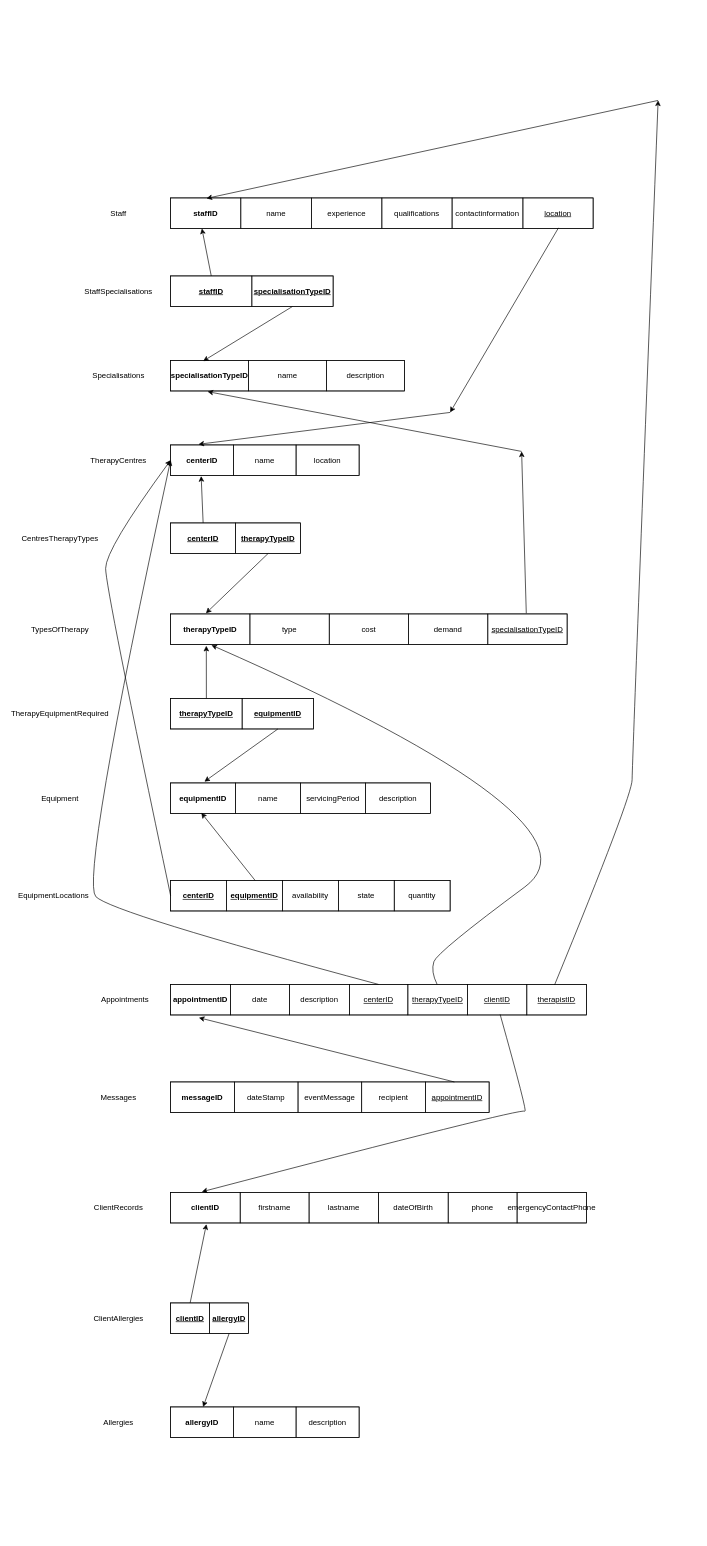
The draw.io diagram RelationalSchemaASS3a.drawio in GreenFella/databaseclass, before the edit. Source tidied: cells renumbered, new cells numbered last; positions are measured from the earlier drawing's top-left corner, leaving out a move shared by most shapes. Both pictures are drawn from the tidied source at 65%, with x=0, y=0 at pixel (34, 100).
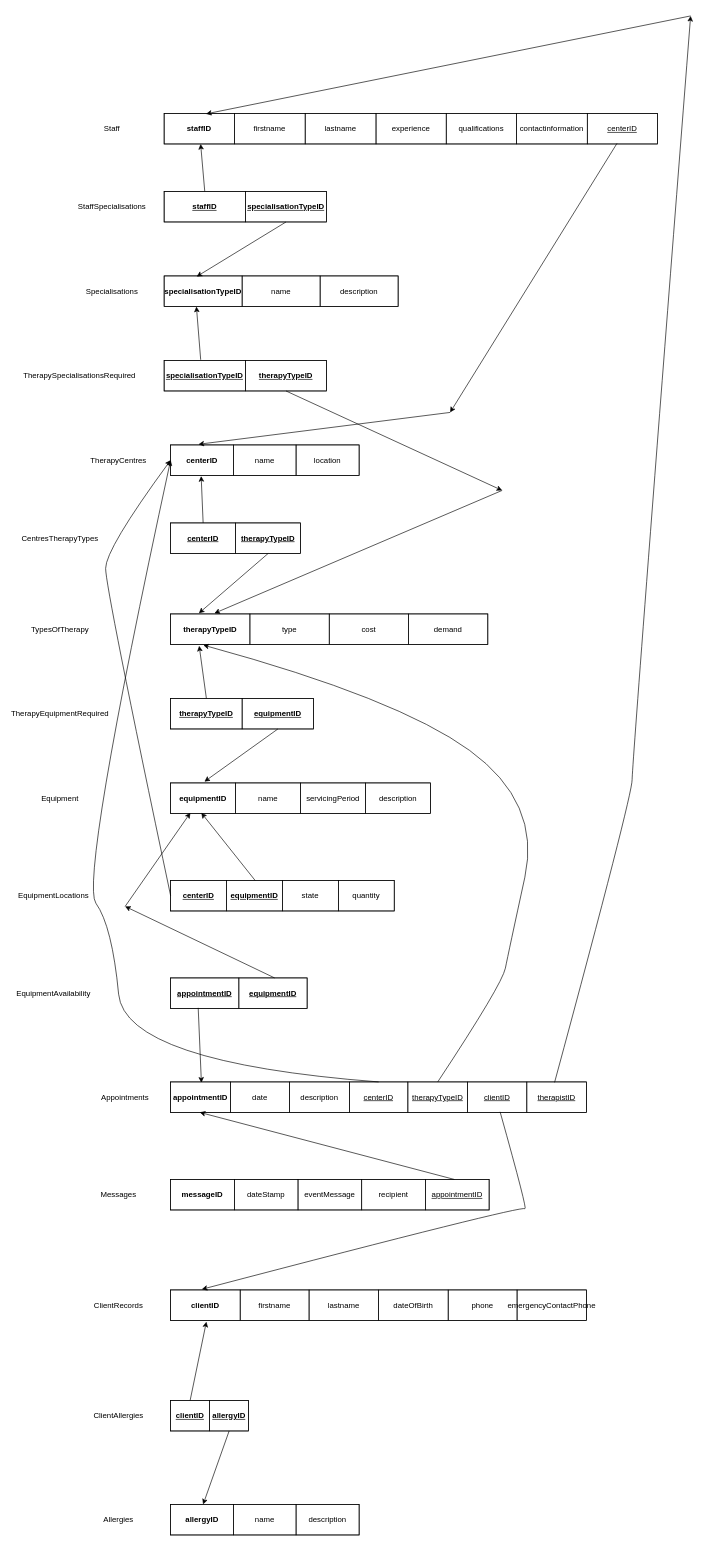
Above is the later version.

Unchanged cells that the change refers to:
```xml
<mxCell id="15" style="shape=tableRow;horizontal=0;startSize=0;swimlaneHead=0;swimlaneBody=0;top=0;left=0;bottom=0;right=0;fontStyle=0;fillColor=none;strokeColor=inherit;" parent="14" vertex="1">
  <mxGeometry width="360" height="47" as="geometry" />
</mxCell>
<mxCell id="20" style="shape=tableRow;horizontal=0;startSize=0;swimlaneHead=0;swimlaneBody=0;top=0;left=0;bottom=0;right=0;fontStyle=0;fillColor=none;strokeColor=inherit;" parent="19" vertex="1">
  <mxGeometry width="290" height="47" as="geometry" />
</mxCell>
<mxCell id="45" style="shape=tableRow;horizontal=0;startSize=0;swimlaneHead=0;swimlaneBody=0;top=0;left=0;bottom=0;right=0;fontStyle=0;fillColor=none;strokeColor=inherit;" parent="44" vertex="1">
  <mxGeometry width="120" height="47" as="geometry" />
</mxCell>
<mxCell id="49" style="shape=tableRow;horizontal=0;startSize=0;swimlaneHead=0;swimlaneBody=0;top=0;left=0;bottom=0;right=0;fontStyle=0;fillColor=none;strokeColor=inherit;" parent="48" vertex="1">
  <mxGeometry width="400" height="47" as="geometry" />
</mxCell>
<mxCell id="62" style="shape=tableRow;horizontal=0;startSize=0;swimlaneHead=0;swimlaneBody=0;top=0;left=0;bottom=0;right=0;fontStyle=0;fillColor=none;strokeColor=inherit;" parent="61" vertex="1">
  <mxGeometry width="640" height="47" as="geometry" />
</mxCell>
<mxCell id="71" style="shape=tableRow;horizontal=0;startSize=0;swimlaneHead=0;swimlaneBody=0;top=0;left=0;bottom=0;right=0;fontStyle=0;fillColor=none;strokeColor=inherit;" parent="70" vertex="1">
  <mxGeometry width="490" height="47" as="geometry" />
</mxCell>
<mxCell id="78" style="shape=tableRow;horizontal=0;startSize=0;swimlaneHead=0;swimlaneBody=0;top=0;left=0;bottom=0;right=0;fontStyle=0;fillColor=none;strokeColor=inherit;" parent="77" vertex="1">
  <mxGeometry width="640" height="47" as="geometry" />
</mxCell>
```

Diff of the diagram source:
```diff
@@
     <mxCell id="2" style="childLayout=tableLayout;shadow=0;fillColor=none;" parent="1" vertex="1">
-      <mxGeometry x="210" y="150" width="650" height="47" as="geometry" />
+      <mxGeometry x="200" y="20" width="759" height="47" as="geometry" />
     </mxCell>
     <mxCell id="3" style="shape=tableRow;horizontal=0;startSize=0;swimlaneHead=0;swimlaneBody=0;top=0;left=0;bottom=0;right=0;fontStyle=0;fillColor=none;strokeColor=inherit;" parent="2" vertex="1">
-      <mxGeometry width="650" height="47" as="geometry" />
+      <mxGeometry width="759" height="47" as="geometry" />
     </mxCell>
@@
-    <mxCell id="5" value="name" style="strokeColor=inherit;fillColor=none;align=center;whiteSpace=wrap;html=1;" parent="3" vertex="1">
+    <mxCell id="5" value="firstname" style="strokeColor=inherit;fillColor=none;align=center;whiteSpace=wrap;html=1;" parent="3" vertex="1">
       <mxGeometry x="108" width="109" height="47" as="geometry" />
     </mxCell>
+    <mxCell id="119" value="lastname" style="strokeColor=inherit;fillColor=none;align=center;whiteSpace=wrap;html=1;" parent="3" vertex="1">
+      <mxGeometry x="217" width="109" height="47" as="geometry" />
+    </mxCell>
     <mxCell id="6" value="experience" style="strokeColor=inherit;fillColor=none;align=center;whiteSpace=wrap;html=1;" parent="3" vertex="1">
-      <mxGeometry x="217" width="108" height="47" as="geometry" />
+      <mxGeometry x="326" width="108" height="47" as="geometry" />
     </mxCell>
     <mxCell id="7" value="qualifications" style="strokeColor=inherit;fillColor=none;align=center;whiteSpace=wrap;html=1;" parent="3" vertex="1">
-      <mxGeometry x="325" width="108" height="47" as="geometry" />
+      <mxGeometry x="434" width="108" height="47" as="geometry" />
     </mxCell>
     <mxCell id="8" value="contactinformation" style="strokeColor=inherit;fillColor=none;align=center;whiteSpace=wrap;html=1;" parent="3" vertex="1">
-      <mxGeometry x="433" width="109" height="47" as="geometry" />
+      <mxGeometry x="542" width="109" height="47" as="geometry" />
     </mxCell>
-    <mxCell id="9" value="&lt;u&gt;location&lt;/u&gt;" style="strokeColor=inherit;fillColor=none;align=center;whiteSpace=wrap;html=1;" parent="3" vertex="1">
-      <mxGeometry x="542" width="108" height="47" as="geometry" />
+    <mxCell id="9" value="&lt;u&gt;centerID&lt;/u&gt;" style="strokeColor=inherit;fillColor=none;align=center;whiteSpace=wrap;html=1;" parent="3" vertex="1">
+      <mxGeometry x="651" width="108" height="47" as="geometry" />
     </mxCell>
     <mxCell id="10" style="childLayout=tableLayout;shadow=0;fillColor=none;" parent="1" vertex="1">
-      <mxGeometry x="210" y="270" width="250" height="47" as="geometry" />
+      <mxGeometry x="200" y="140" width="250" height="47" as="geometry" />
     </mxCell>
@@
     <mxCell id="14" style="childLayout=tableLayout;shadow=0;fillColor=none;" parent="1" vertex="1">
-      <mxGeometry x="210" y="400" width="360" height="47" as="geometry" />
+      <mxGeometry x="200" y="270" width="360" height="47" as="geometry" />
     </mxCell>
@@
     <mxCell id="28" style="childLayout=tableLayout;shadow=0;fillColor=none;" parent="1" vertex="1">
-      <mxGeometry x="210" y="790" width="610" height="47" as="geometry" />
+      <mxGeometry x="210" y="790" width="488" height="47" as="geometry" />
     </mxCell>
     <mxCell id="29" style="shape=tableRow;horizontal=0;startSize=0;swimlaneHead=0;swimlaneBody=0;top=0;left=0;bottom=0;right=0;fontStyle=0;fillColor=none;strokeColor=inherit;" parent="28" vertex="1">
-      <mxGeometry width="610" height="47" as="geometry" />
+      <mxGeometry width="488" height="47" as="geometry" />
     </mxCell>
@@
-    <mxCell id="34" value="&lt;u&gt;specialisationTypeID&lt;/u&gt;" style="strokeColor=inherit;fillColor=none;align=center;whiteSpace=wrap;html=1;" parent="29" vertex="1">
-      <mxGeometry x="488" width="122" height="47" as="geometry" />
-    </mxCell>
@@
     <mxCell id="39" style="childLayout=tableLayout;shadow=0;fillColor=none;" parent="1" vertex="1">
-      <mxGeometry x="210" y="2010" width="290" height="47" as="geometry" />
+      <mxGeometry x="210" y="2160" width="290" height="47" as="geometry" />
     </mxCell>
@@
     <mxCell id="44" style="childLayout=tableLayout;shadow=0;fillColor=none;" parent="1" vertex="1">
-      <mxGeometry x="210" y="1850" width="120" height="47" as="geometry" />
+      <mxGeometry x="210" y="2000" width="120" height="47" as="geometry" />
     </mxCell>
@@
     <mxCell id="54" style="childLayout=tableLayout;shadow=0;fillColor=none;" parent="1" vertex="1">
-      <mxGeometry x="210" y="1200" width="430" height="47" as="geometry" />
+      <mxGeometry x="210" y="1200" width="344" height="47" as="geometry" />
     </mxCell>
     <mxCell id="55" style="shape=tableRow;horizontal=0;startSize=0;swimlaneHead=0;swimlaneBody=0;top=0;left=0;bottom=0;right=0;fontStyle=0;fillColor=none;strokeColor=inherit;" parent="54" vertex="1">
-      <mxGeometry width="430" height="47" as="geometry" />
+      <mxGeometry width="344" height="47" as="geometry" />
     </mxCell>
@@
-    <mxCell id="58" value="availability" style="strokeColor=inherit;fillColor=none;align=center;whiteSpace=wrap;html=1;" parent="55" vertex="1">
-      <mxGeometry x="172" width="86" height="47" as="geometry" />
-    </mxCell>
     <mxCell id="59" value="state" style="strokeColor=inherit;fillColor=none;align=center;whiteSpace=wrap;html=1;" parent="55" vertex="1">
-      <mxGeometry x="258" width="86" height="47" as="geometry" />
+      <mxGeometry x="172" width="86" height="47" as="geometry" />
     </mxCell>
     <mxCell id="60" value="quantity" style="strokeColor=inherit;fillColor=none;align=center;whiteSpace=wrap;html=1;" parent="55" vertex="1">
-      <mxGeometry x="344" width="86" height="47" as="geometry" />
+      <mxGeometry x="258" width="86" height="47" as="geometry" />
     </mxCell>
     <mxCell id="61" style="childLayout=tableLayout;shadow=0;fillColor=none;" parent="1" vertex="1">
-      <mxGeometry x="210" y="1360" width="640" height="47" as="geometry" />
+      <mxGeometry x="210" y="1510" width="640" height="47" as="geometry" />
     </mxCell>
@@
     <mxCell id="70" style="childLayout=tableLayout;shadow=0;fillColor=none;" parent="1" vertex="1">
-      <mxGeometry x="210" y="1510" width="490" height="47" as="geometry" />
+      <mxGeometry x="210" y="1660" width="490" height="47" as="geometry" />
     </mxCell>
@@
     <mxCell id="77" style="childLayout=tableLayout;shadow=0;fillColor=none;" parent="1" vertex="1">
-      <mxGeometry x="210" y="1680" width="640" height="47" as="geometry" />
+      <mxGeometry x="210" y="1830" width="640" height="47" as="geometry" />
     </mxCell>
@@
-    <mxCell id="91" style="endArrow=classic;html=1;rounded=0;entryX=0.158;entryY=1.021;entryDx=0;entryDy=0;entryPerimeter=0;" parent="1" edge="1" target="15">
-      <mxGeometry relative="1" as="geometry">
-        <mxPoint x="750" y="540" as="sourcePoint" />
-      </mxGeometry>
-    </mxCell>
-    <mxCell id="92" style="endArrow=classic;html=1;rounded=0;exitX=0.897;exitY=-0.021;exitDx=0;exitDy=0;exitPerimeter=0;" parent="1" edge="1" source="29">
-      <mxGeometry relative="1" as="geometry">
-        <mxPoint x="750" y="540" as="targetPoint" />
-      </mxGeometry>
-    </mxCell>
@@
     <mxCell id="97" style="curved=1;endArrow=classic;html=1;rounded=0;exitX=0.5;exitY=0;exitDx=0;exitDy=0;entryX=0;entryY=0.5;entryDx=0;entryDy=0;" parent="1" edge="1" source="62" target="20">
       <mxGeometry relative="1" as="geometry">
         <Array as="points">
-          <mxPoint x="120" y="1250" />
+          <mxPoint x="140" y="1480" />
+          <mxPoint x="120" y="1270" />
           <mxPoint x="70" y="1200" />
         </Array>
       </mxGeometry>
     </mxCell>
-    <mxCell id="98" style="curved=1;endArrow=classic;html=1;rounded=0;entryX=0.103;entryY=1.021;entryDx=0;entryDy=0;entryPerimeter=0;" parent="1" edge="1" target="29">
+    <mxCell id="98" style="curved=1;endArrow=classic;html=1;rounded=0;entryX=0.103;entryY=1.021;entryDx=0;entryDy=0;entryPerimeter=0;exitX=0.642;exitY=0.002;exitDx=0;exitDy=0;exitPerimeter=0;" parent="1" edge="1" source="62" target="29">
       <mxGeometry relative="1" as="geometry">
-        <mxPoint x="620" y="1360" as="sourcePoint" />
         <Array as="points">
-          <mxPoint x="610" y="1340" />
-          <mxPoint x="620" y="1310" />
-          <mxPoint x="890" y="1110" />
+          <mxPoint x="720" y="1360" />
+          <mxPoint x="730" y="1310" />
+          <mxPoint x="780" y="1080" />
+          <mxPoint x="560" y="920" />
         </Array>
       </mxGeometry>
     </mxCell>
     <mxCell id="99" style="curved=1;endArrow=classic;html=1;rounded=0;entryX=0.075;entryY=-0.021;entryDx=0;entryDy=0;entryPerimeter=0;exitX=0.792;exitY=0.979;exitDx=0;exitDy=0;exitPerimeter=0;" parent="1" edge="1" source="62" target="78">
       <mxGeometry relative="1" as="geometry">
         <Array as="points">
-          <mxPoint x="760" y="1560" />
-          <mxPoint x="750" y="1550" />
+          <mxPoint x="760" y="1710" />
+          <mxPoint x="750" y="1700" />
         </Array>
       </mxGeometry>
     </mxCell>
     <mxCell id="100" style="curved=1;endArrow=classic;html=1;rounded=0;exitX=0.923;exitY=0.015;exitDx=0;exitDy=0;exitPerimeter=0;" parent="1" edge="1" source="62">
       <mxGeometry relative="1" as="geometry">
-        <mxPoint x="960" as="targetPoint" />
+        <mxPoint x="1010" y="-130" as="targetPoint" />
         <Array as="points">
           <mxPoint x="920" y="1070" />
           <mxPoint x="920" y="1020" />
         </Array>
       </mxGeometry>
     </mxCell>
     <mxCell id="101" style="endArrow=classic;html=1;rounded=0;entryX=0.085;entryY=0.015;entryDx=0;entryDy=0;entryPerimeter=0;" parent="1" edge="1" target="3">
       <mxGeometry relative="1" as="geometry">
-        <mxPoint x="960" as="sourcePoint" />
+        <mxPoint x="1010" y="-130" as="sourcePoint" />
       </mxGeometry>
     </mxCell>
-    <mxCell id="102" style="endArrow=classic;html=1;rounded=0;entryX=0.068;entryY=1.09;entryDx=0;entryDy=0;entryPerimeter=0;exitX=0.891;exitY=0.001;exitDx=0;exitDy=0;exitPerimeter=0;" parent="1" edge="1" source="71" target="62">
+    <mxCell id="102" style="endArrow=classic;html=1;rounded=0;entryX=0.07;entryY=0.997;entryDx=0;entryDy=0;entryPerimeter=0;exitX=0.891;exitY=0.001;exitDx=0;exitDy=0;exitPerimeter=0;" parent="1" edge="1" source="71" target="62">
       <mxGeometry relative="1" as="geometry" />
     </mxCell>
@@
     <mxCell id="104" style="endArrow=classic;html=1;rounded=0;exitX=0.75;exitY=1;exitDx=0;exitDy=0;" parent="1" edge="1" source="45">
       <mxGeometry relative="1" as="geometry">
-        <mxPoint x="260" y="2010" as="targetPoint" />
+        <mxPoint x="260" y="2160" as="targetPoint" />
       </mxGeometry>
     </mxCell>
     <mxCell id="105" value="Staff" style="text;html=1;align=center;verticalAlign=middle;whiteSpace=wrap;rounded=0;" parent="1" vertex="1">
-      <mxGeometry x="100" y="159" width="60" height="30" as="geometry" />
+      <mxGeometry x="90" y="29" width="60" height="30" as="geometry" />
     </mxCell>
     <mxCell id="106" value="StaffSpecialisations" style="text;html=1;align=center;verticalAlign=middle;whiteSpace=wrap;rounded=0;" parent="1" vertex="1">
-      <mxGeometry x="100" y="278.5" width="60" height="30" as="geometry" />
+      <mxGeometry x="90" y="148.5" width="60" height="30" as="geometry" />
     </mxCell>
     <mxCell id="107" value="Specialisations" style="text;html=1;align=center;verticalAlign=middle;whiteSpace=wrap;rounded=0;" parent="1" vertex="1">
-      <mxGeometry x="100" y="408.5" width="60" height="30" as="geometry" />
+      <mxGeometry x="90" y="278.5" width="60" height="30" as="geometry" />
     </mxCell>
@@
     <mxCell id="114" value="Appointments" style="text;html=1;align=center;verticalAlign=middle;whiteSpace=wrap;rounded=0;" parent="1" vertex="1">
-      <mxGeometry x="110" y="1368.5" width="60" height="30" as="geometry" />
+      <mxGeometry x="110" y="1518.5" width="60" height="30" as="geometry" />
     </mxCell>
     <mxCell id="115" value="Messages" style="text;html=1;align=center;verticalAlign=middle;whiteSpace=wrap;rounded=0;" parent="1" vertex="1">
-      <mxGeometry x="100" y="1518.5" width="60" height="30" as="geometry" />
+      <mxGeometry x="100" y="1668.5" width="60" height="30" as="geometry" />
     </mxCell>
     <mxCell id="116" value="ClientRecords" style="text;html=1;align=center;verticalAlign=middle;whiteSpace=wrap;rounded=0;" parent="1" vertex="1">
-      <mxGeometry x="100" y="1688.5" width="60" height="30" as="geometry" />
+      <mxGeometry x="100" y="1838.5" width="60" height="30" as="geometry" />
     </mxCell>
     <mxCell id="117" value="ClientAllergies" style="text;html=1;align=center;verticalAlign=middle;whiteSpace=wrap;rounded=0;" parent="1" vertex="1">
-      <mxGeometry x="100" y="1858.5" width="60" height="30" as="geometry" />
+      <mxGeometry x="100" y="2008.5" width="60" height="30" as="geometry" />
     </mxCell>
     <mxCell id="118" value="Allergies" style="text;html=1;align=center;verticalAlign=middle;whiteSpace=wrap;rounded=0;" parent="1" vertex="1">
-      <mxGeometry x="100" y="2018.5" width="60" height="30" as="geometry" />
+      <mxGeometry x="100" y="2168.5" width="60" height="30" as="geometry" />
     </mxCell>
+    <mxCell id="120" style="childLayout=tableLayout;shadow=0;fillColor=none;" parent="1" vertex="1">
+      <mxGeometry x="210" y="1350" width="210" height="47" as="geometry" />
+    </mxCell>
+    <mxCell id="121" style="shape=tableRow;horizontal=0;startSize=0;swimlaneHead=0;swimlaneBody=0;top=0;left=0;bottom=0;right=0;fontStyle=0;fillColor=none;strokeColor=inherit;" parent="120" vertex="1">
+      <mxGeometry width="210" height="47" as="geometry" />
+    </mxCell>
+    <mxCell id="122" value="&lt;b&gt;&lt;u&gt;appointmentID&lt;/u&gt;&lt;/b&gt;" style="strokeColor=inherit;fillColor=none;align=center;whiteSpace=wrap;html=1;" parent="121" vertex="1">
+      <mxGeometry width="105" height="47" as="geometry" />
+    </mxCell>
+    <mxCell id="123" value="&lt;b&gt;&lt;u&gt;equipmentID&lt;/u&gt;&lt;/b&gt;" style="strokeColor=inherit;fillColor=none;align=center;whiteSpace=wrap;html=1;" parent="121" vertex="1">
+      <mxGeometry x="105" width="105" height="47" as="geometry" />
+    </mxCell>
+    <mxCell id="124" style="childLayout=tableLayout;shadow=0;fillColor=none;" parent="1" vertex="1">
+      <mxGeometry x="200" y="400" width="250" height="47" as="geometry" />
+    </mxCell>
+    <mxCell id="125" style="shape=tableRow;horizontal=0;startSize=0;swimlaneHead=0;swimlaneBody=0;top=0;left=0;bottom=0;right=0;fontStyle=0;fillColor=none;strokeColor=inherit;" parent="124" vertex="1">
+      <mxGeometry width="250" height="47" as="geometry" />
+    </mxCell>
+    <mxCell id="34" value="&lt;b&gt;&lt;u&gt;specialisationTypeID&lt;/u&gt;&lt;/b&gt;" style="strokeColor=inherit;fillColor=none;align=center;whiteSpace=wrap;html=1;" parent="125" vertex="1">
+      <mxGeometry width="125" height="47" as="geometry" />
+    </mxCell>
+    <mxCell id="126" value="&lt;b&gt;&lt;u&gt;therapyTypeID&lt;/u&gt;&lt;/b&gt;" style="strokeColor=inherit;fillColor=none;align=center;whiteSpace=wrap;html=1;" parent="125" vertex="1">
+      <mxGeometry x="125" width="125" height="47" as="geometry" />
+    </mxCell>
+    <mxCell id="127" value="TherapySpecialisationsRequired" style="text;html=1;align=center;verticalAlign=middle;whiteSpace=wrap;rounded=0;" parent="1" vertex="1">
+      <mxGeometry x="40" y="408.5" width="60" height="30" as="geometry" />
+    </mxCell>
+    <mxCell id="128" style="endArrow=classic;html=1;rounded=0;exitX=0.75;exitY=1;exitDx=0;exitDy=0;" parent="1" edge="1" source="125">
+      <mxGeometry relative="1" as="geometry">
+        <mxPoint x="720" y="600" as="targetPoint" />
+      </mxGeometry>
+    </mxCell>
+    <mxCell id="129" style="endArrow=classic;html=1;rounded=0;entryX=0.138;entryY=-0.021;entryDx=0;entryDy=0;entryPerimeter=0;" parent="1" edge="1" target="29">
+      <mxGeometry relative="1" as="geometry">
+        <mxPoint x="720" y="600" as="sourcePoint" />
+      </mxGeometry>
+    </mxCell>
+    <mxCell id="130" style="endArrow=classic;html=1;rounded=0;exitX=0.225;exitY=-0.021;exitDx=0;exitDy=0;exitPerimeter=0;entryX=0.138;entryY=1.003;entryDx=0;entryDy=0;entryPerimeter=0;" parent="1" edge="1" source="125" target="15">
+      <mxGeometry relative="1" as="geometry" />
+    </mxCell>
+    <mxCell id="131" value="EquipmentAvailability" style="text;html=1;align=center;verticalAlign=middle;whiteSpace=wrap;rounded=0;" parent="1" vertex="1">
+      <mxGeometry y="1358.5" width="60" height="30" as="geometry" />
+    </mxCell>
+    <mxCell id="132" style="endArrow=classic;html=1;rounded=0;entryX=0.074;entryY=0.026;entryDx=0;entryDy=0;entryPerimeter=0;exitX=0.202;exitY=0.979;exitDx=0;exitDy=0;exitPerimeter=0;" parent="1" edge="1" source="121" target="62">
+      <mxGeometry relative="1" as="geometry" />
+    </mxCell>
+    <mxCell id="133" style="endArrow=classic;html=1;rounded=0;" parent="1" edge="1">
+      <mxGeometry relative="1" as="geometry">
+        <mxPoint x="370" y="1350" as="sourcePoint" />
+        <mxPoint x="140" y="1240" as="targetPoint" />
+      </mxGeometry>
+    </mxCell>
+    <mxCell id="134" style="endArrow=classic;html=1;rounded=0;entryX=0.076;entryY=0.978;entryDx=0;entryDy=0;entryPerimeter=0;" parent="1" edge="1" target="49">
+      <mxGeometry relative="1" as="geometry">
+        <mxPoint x="140" y="1240" as="sourcePoint" />
+      </mxGeometry>
+    </mxCell>
```
